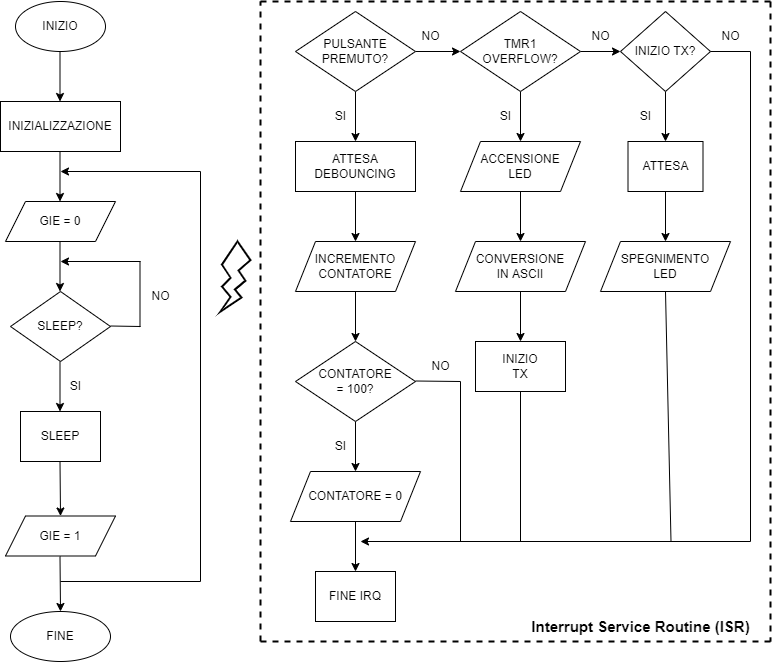
ingtommi/PIC16F887 keeps this draw.io diagram as Diagramma.png. Above is the earlier version. Source tidied: cells renumbered, new cells last; positions are measured from the earlier drawing's top-left corner, leaving out a move shared by most shapes. Its diagram source:
```xml
<mxGraphModel>
  <root>
    <mxCell id="0" />
    <mxCell id="1" parent="0" />
    <mxCell id="2" value="INIZIO" style="ellipse;whiteSpace=wrap;html=1;" parent="1" vertex="1">
      <mxGeometry x="15" width="90" height="50" as="geometry" />
    </mxCell>
    <mxCell id="3" value="INIZIALIZZAZIONE" style="rounded=0;whiteSpace=wrap;html=1;" parent="1" vertex="1">
      <mxGeometry y="100" width="120" height="50" as="geometry" />
    </mxCell>
    <mxCell id="4" value="GIE = 0" style="shape=parallelogram;perimeter=parallelogramPerimeter;whiteSpace=wrap;html=1;fixedSize=1;" parent="1" vertex="1">
      <mxGeometry x="5" y="200" width="110" height="40" as="geometry" />
    </mxCell>
    <mxCell id="5" value="SLEEP?" style="rhombus;whiteSpace=wrap;html=1;" parent="1" vertex="1">
      <mxGeometry x="10" y="290" width="100" height="70" as="geometry" />
    </mxCell>
    <mxCell id="6" value="SLEEP" style="rounded=0;whiteSpace=wrap;html=1;" parent="1" vertex="1">
      <mxGeometry x="20" y="410" width="80" height="50" as="geometry" />
    </mxCell>
    <mxCell id="7" value="GIE = 1" style="shape=parallelogram;perimeter=parallelogramPerimeter;whiteSpace=wrap;html=1;fixedSize=1;" parent="1" vertex="1">
      <mxGeometry x="5" y="514.5" width="110" height="40" as="geometry" />
    </mxCell>
    <mxCell id="8" value="FINE" style="ellipse;whiteSpace=wrap;html=1;" parent="1" vertex="1">
      <mxGeometry x="10" y="610" width="100" height="50" as="geometry" />
    </mxCell>
    <mxCell id="9" style="endArrow=classic;html=1;rounded=0;" parent="1" edge="1">
      <mxGeometry relative="1" as="geometry">
        <mxPoint x="59.5" y="50" as="sourcePoint" />
        <mxPoint x="59.5" y="100" as="targetPoint" />
      </mxGeometry>
    </mxCell>
    <mxCell id="10" style="endArrow=classic;html=1;rounded=0;" parent="1" edge="1">
      <mxGeometry relative="1" as="geometry">
        <mxPoint x="59.5" y="150" as="sourcePoint" />
        <mxPoint x="59.5" y="200" as="targetPoint" />
      </mxGeometry>
    </mxCell>
    <mxCell id="11" style="endArrow=classic;html=1;rounded=0;" parent="1" edge="1">
      <mxGeometry relative="1" as="geometry">
        <mxPoint x="59.5" y="240" as="sourcePoint" />
        <mxPoint x="59.5" y="290" as="targetPoint" />
      </mxGeometry>
    </mxCell>
    <mxCell id="12" style="endArrow=classic;html=1;rounded=0;" parent="1" edge="1">
      <mxGeometry relative="1" as="geometry">
        <mxPoint x="59.5" y="360" as="sourcePoint" />
        <mxPoint x="59.5" y="410" as="targetPoint" />
      </mxGeometry>
    </mxCell>
    <mxCell id="13" style="endArrow=classic;html=1;rounded=0;entryX=0.5;entryY=0;entryDx=0;entryDy=0;" parent="1" edge="1" target="7">
      <mxGeometry relative="1" as="geometry">
        <mxPoint x="59.5" y="460" as="sourcePoint" />
      </mxGeometry>
    </mxCell>
    <mxCell id="14" style="endArrow=classic;html=1;rounded=0;entryX=0.5;entryY=0;entryDx=0;entryDy=0;" parent="1" edge="1" target="8">
      <mxGeometry relative="1" as="geometry">
        <mxPoint x="59.5" y="555" as="sourcePoint" />
      </mxGeometry>
    </mxCell>
    <mxCell id="15" style="endArrow=none;html=1;rounded=0;" parent="1" edge="1">
      <mxGeometry relative="1" as="geometry">
        <mxPoint x="110" y="324.5" as="sourcePoint" />
        <mxPoint x="140" y="325" as="targetPoint" />
      </mxGeometry>
    </mxCell>
    <mxCell id="16" style="endArrow=none;html=1;rounded=0;" parent="1" edge="1">
      <mxGeometry relative="1" as="geometry">
        <mxPoint x="139.5" y="330" as="sourcePoint" />
        <mxPoint x="139.5" y="260" as="targetPoint" />
      </mxGeometry>
    </mxCell>
    <mxCell id="17" style="endArrow=classic;html=1;rounded=0;" parent="1" edge="1">
      <mxGeometry relative="1" as="geometry">
        <mxPoint x="140" y="260" as="sourcePoint" />
        <mxPoint x="60" y="260" as="targetPoint" />
      </mxGeometry>
    </mxCell>
    <mxCell id="18" value="SI" style="text;html=1;align=center;verticalAlign=middle;fillColor=none;strokeColor=none;rounded=0;" parent="1" vertex="1">
      <mxGeometry x="60" y="370" width="30" height="30" as="geometry" />
    </mxCell>
    <mxCell id="19" value="NO" style="text;html=1;align=center;verticalAlign=middle;fillColor=none;strokeColor=none;rounded=0;" parent="1" vertex="1">
      <mxGeometry x="140" y="280" width="40" height="30" as="geometry" />
    </mxCell>
    <mxCell id="20" style="endArrow=none;html=1;rounded=0;" parent="1" edge="1">
      <mxGeometry relative="1" as="geometry">
        <mxPoint x="60" y="580" as="sourcePoint" />
        <mxPoint x="200" y="580" as="targetPoint" />
      </mxGeometry>
    </mxCell>
    <mxCell id="21" style="endArrow=none;html=1;rounded=0;" parent="1" edge="1">
      <mxGeometry relative="1" as="geometry">
        <mxPoint x="200" y="580" as="sourcePoint" />
        <mxPoint x="200" y="170" as="targetPoint" />
      </mxGeometry>
    </mxCell>
    <mxCell id="22" style="endArrow=classic;html=1;rounded=0;" parent="1" edge="1">
      <mxGeometry relative="1" as="geometry">
        <mxPoint x="200" y="170" as="sourcePoint" />
        <mxPoint x="60" y="170" as="targetPoint" />
      </mxGeometry>
    </mxCell>
    <mxCell id="23" style="verticalLabelPosition=bottom;verticalAlign=top;html=1;shape=mxgraph.basic.flash;strokeWidth=2;" parent="1" vertex="1">
      <mxGeometry x="220" y="240" width="30" height="70" as="geometry" />
    </mxCell>
    <mxCell id="24" style="edgeStyle=orthogonalEdgeStyle;rounded=0;jettySize=auto;html=1;" parent="1" edge="1" source="26" target="28">
      <mxGeometry relative="1" as="geometry" />
    </mxCell>
    <mxCell id="25" style="edgeStyle=orthogonalEdgeStyle;rounded=0;jettySize=auto;html=1;" parent="1" edge="1" source="26" target="39">
      <mxGeometry relative="1" as="geometry" />
    </mxCell>
    <mxCell id="26" value="PULSANTE&lt;br&gt;PREMUTO?" style="rhombus;whiteSpace=wrap;html=1;" parent="1" vertex="1">
      <mxGeometry x="295" y="10" width="120" height="80" as="geometry" />
    </mxCell>
    <mxCell id="27" style="edgeStyle=orthogonalEdgeStyle;rounded=0;jettySize=auto;html=1;" parent="1" edge="1" source="28" target="30">
      <mxGeometry relative="1" as="geometry" />
    </mxCell>
    <mxCell id="28" value="ATTESA DEBOUNCING" style="rounded=0;whiteSpace=wrap;html=1;" parent="1" vertex="1">
      <mxGeometry x="295" y="140" width="120" height="50" as="geometry" />
    </mxCell>
    <mxCell id="29" style="edgeStyle=orthogonalEdgeStyle;rounded=0;jettySize=auto;html=1;" parent="1" edge="1" source="30" target="32">
      <mxGeometry relative="1" as="geometry" />
    </mxCell>
    <mxCell id="30" value="INCREMENTO&lt;br&gt;CONTATORE" style="shape=parallelogram;perimeter=parallelogramPerimeter;whiteSpace=wrap;html=1;fixedSize=1;" parent="1" vertex="1">
      <mxGeometry x="295" y="240" width="120" height="50" as="geometry" />
    </mxCell>
    <mxCell id="31" style="edgeStyle=orthogonalEdgeStyle;rounded=0;jettySize=auto;html=1;" parent="1" edge="1" source="32" target="34">
      <mxGeometry relative="1" as="geometry" />
    </mxCell>
    <mxCell id="32" value="CONTATORE&lt;br&gt;= 100?" style="rhombus;whiteSpace=wrap;html=1;" parent="1" vertex="1">
      <mxGeometry x="295" y="340" width="120" height="80" as="geometry" />
    </mxCell>
    <mxCell id="33" style="edgeStyle=orthogonalEdgeStyle;rounded=0;jettySize=auto;html=1;" parent="1" edge="1" source="34" target="49">
      <mxGeometry relative="1" as="geometry" />
    </mxCell>
    <mxCell id="34" value="CONTATORE = 0" style="shape=parallelogram;perimeter=parallelogramPerimeter;whiteSpace=wrap;html=1;fixedSize=1;" parent="1" vertex="1">
      <mxGeometry x="290" y="470" width="130" height="50" as="geometry" />
    </mxCell>
    <mxCell id="35" value="SI" style="text;html=1;align=center;verticalAlign=middle;fillColor=none;strokeColor=none;rounded=0;" parent="1" vertex="1">
      <mxGeometry x="325" y="100" width="30" height="30" as="geometry" />
    </mxCell>
    <mxCell id="36" value="SI" style="text;html=1;align=center;verticalAlign=middle;fillColor=none;strokeColor=none;rounded=0;" parent="1" vertex="1">
      <mxGeometry x="325" y="430" width="30" height="30" as="geometry" />
    </mxCell>
    <mxCell id="37" style="edgeStyle=orthogonalEdgeStyle;rounded=0;jettySize=auto;html=1;" parent="1" edge="1" source="39" target="41">
      <mxGeometry relative="1" as="geometry" />
    </mxCell>
    <mxCell id="38" style="edgeStyle=orthogonalEdgeStyle;rounded=0;jettySize=auto;html=1;" parent="1" edge="1" source="39" target="45">
      <mxGeometry relative="1" as="geometry" />
    </mxCell>
    <mxCell id="39" value="TMR1&lt;br&gt;OVERFLOW?" style="rhombus;whiteSpace=wrap;html=1;" parent="1" vertex="1">
      <mxGeometry x="460" y="10" width="120" height="80" as="geometry" />
    </mxCell>
    <mxCell id="40" style="edgeStyle=orthogonalEdgeStyle;rounded=0;jettySize=auto;html=1;" parent="1" edge="1" source="41" target="64">
      <mxGeometry relative="1" as="geometry" />
    </mxCell>
    <mxCell id="41" value="ACCENSIONE&lt;br&gt;LED" style="shape=parallelogram;perimeter=parallelogramPerimeter;whiteSpace=wrap;html=1;fixedSize=1;" parent="1" vertex="1">
      <mxGeometry x="460" y="140" width="120" height="50" as="geometry" />
    </mxCell>
    <mxCell id="42" value="SI" style="text;html=1;align=center;verticalAlign=middle;fillColor=none;strokeColor=none;rounded=0;" parent="1" vertex="1">
      <mxGeometry x="490" y="100" width="30" height="30" as="geometry" />
    </mxCell>
    <mxCell id="43" value="INIZIO&lt;br&gt;TX" style="rounded=0;whiteSpace=wrap;html=1;" parent="1" vertex="1">
      <mxGeometry x="475" y="340" width="90" height="50" as="geometry" />
    </mxCell>
    <mxCell id="44" style="edgeStyle=orthogonalEdgeStyle;rounded=0;jettySize=auto;html=1;" parent="1" edge="1" source="45" target="67">
      <mxGeometry relative="1" as="geometry" />
    </mxCell>
    <mxCell id="45" value="INIZIO TX?" style="rhombus;whiteSpace=wrap;html=1;" parent="1" vertex="1">
      <mxGeometry x="620" y="10" width="90" height="80" as="geometry" />
    </mxCell>
    <mxCell id="46" value="NO" style="text;html=1;align=center;verticalAlign=middle;fillColor=none;strokeColor=none;rounded=0;" parent="1" vertex="1">
      <mxGeometry x="410" y="20" width="40" height="30" as="geometry" />
    </mxCell>
    <mxCell id="47" value="NO" style="text;html=1;align=center;verticalAlign=middle;fillColor=none;strokeColor=none;rounded=0;" parent="1" vertex="1">
      <mxGeometry x="580" y="20" width="40" height="30" as="geometry" />
    </mxCell>
    <mxCell id="48" value="SPEGNIMENTO&lt;br&gt;LED" style="shape=parallelogram;perimeter=parallelogramPerimeter;whiteSpace=wrap;html=1;fixedSize=1;" parent="1" vertex="1">
      <mxGeometry x="600" y="240" width="130" height="50" as="geometry" />
    </mxCell>
    <mxCell id="49" value="FINE IRQ" style="rounded=0;whiteSpace=wrap;html=1;" parent="1" vertex="1">
      <mxGeometry x="315" y="570" width="80" height="50" as="geometry" />
    </mxCell>
    <mxCell id="50" style="endArrow=none;html=1;rounded=0;entryX=0.5;entryY=1;entryDx=0;entryDy=0;" parent="1" edge="1" target="43">
      <mxGeometry relative="1" as="geometry">
        <mxPoint x="520" y="540" as="sourcePoint" />
      </mxGeometry>
    </mxCell>
    <mxCell id="51" style="endArrow=none;html=1;rounded=0;entryX=0.5;entryY=1;entryDx=0;entryDy=0;" parent="1" edge="1" target="48">
      <mxGeometry relative="1" as="geometry">
        <mxPoint x="670.5" y="540" as="sourcePoint" />
      </mxGeometry>
    </mxCell>
    <mxCell id="52" style="endArrow=classic;html=1;rounded=0;" parent="1" edge="1">
      <mxGeometry relative="1" as="geometry">
        <mxPoint x="750" y="540" as="sourcePoint" />
        <mxPoint x="360" y="540" as="targetPoint" />
      </mxGeometry>
    </mxCell>
    <mxCell id="53" style="endArrow=none;html=1;rounded=0;entryX=1;entryY=1;entryDx=0;entryDy=0;entryPerimeter=0;" parent="1" edge="1" target="55">
      <mxGeometry relative="1" as="geometry">
        <mxPoint x="415" y="379.5" as="sourcePoint" />
      </mxGeometry>
    </mxCell>
    <mxCell id="54" style="endArrow=none;html=1;rounded=0;" parent="1" edge="1">
      <mxGeometry relative="1" as="geometry">
        <mxPoint x="460" y="540" as="sourcePoint" />
        <mxPoint x="460" y="380" as="targetPoint" />
      </mxGeometry>
    </mxCell>
    <mxCell id="55" value="NO" style="text;html=1;align=center;verticalAlign=middle;points=[];fillColor=none;strokeColor=none;rounded=0;" parent="1" vertex="1">
      <mxGeometry x="420" y="350" width="40" height="30" as="geometry" />
    </mxCell>
    <mxCell id="56" style="endArrow=none;dashed=1;html=1;rounded=0;strokeWidth=2;" parent="1" edge="1">
      <mxGeometry relative="1" as="geometry">
        <mxPoint x="770" as="sourcePoint" />
        <mxPoint x="770" y="640" as="targetPoint" />
      </mxGeometry>
    </mxCell>
    <mxCell id="57" style="endArrow=none;dashed=1;html=1;rounded=0;strokeWidth=2;" parent="1" edge="1">
      <mxGeometry relative="1" as="geometry">
        <mxPoint x="770" as="sourcePoint" />
        <mxPoint x="260" as="targetPoint" />
      </mxGeometry>
    </mxCell>
    <mxCell id="58" style="endArrow=none;dashed=1;html=1;rounded=0;strokeWidth=2;" parent="1" edge="1">
      <mxGeometry relative="1" as="geometry">
        <mxPoint x="260" y="640" as="sourcePoint" />
        <mxPoint x="770" y="640" as="targetPoint" />
      </mxGeometry>
    </mxCell>
    <mxCell id="59" style="endArrow=none;dashed=1;html=1;rounded=0;strokeWidth=2;" parent="1" edge="1">
      <mxGeometry relative="1" as="geometry">
        <mxPoint x="260" y="640" as="sourcePoint" />
        <mxPoint x="260" as="targetPoint" />
      </mxGeometry>
    </mxCell>
    <mxCell id="60" style="endArrow=none;html=1;rounded=0;exitX=1;exitY=0.5;exitDx=0;exitDy=0;" parent="1" edge="1" source="45">
      <mxGeometry relative="1" as="geometry">
        <mxPoint x="750" y="50" as="targetPoint" />
      </mxGeometry>
    </mxCell>
    <mxCell id="61" style="endArrow=none;html=1;rounded=0;" parent="1" edge="1">
      <mxGeometry relative="1" as="geometry">
        <mxPoint x="750" y="540" as="sourcePoint" />
        <mxPoint x="750" y="50" as="targetPoint" />
      </mxGeometry>
    </mxCell>
    <mxCell id="62" value="NO" style="text;html=1;align=center;verticalAlign=middle;fillColor=none;strokeColor=none;rounded=0;" parent="1" vertex="1">
      <mxGeometry x="710" y="20" width="40" height="30" as="geometry" />
    </mxCell>
    <mxCell id="63" style="edgeStyle=orthogonalEdgeStyle;rounded=0;jettySize=auto;html=1;" parent="1" edge="1" source="64" target="43">
      <mxGeometry relative="1" as="geometry" />
    </mxCell>
    <mxCell id="64" value="CONVERSIONE&lt;br&gt;IN ASCII" style="shape=parallelogram;perimeter=parallelogramPerimeter;whiteSpace=wrap;html=1;fixedSize=1;" parent="1" vertex="1">
      <mxGeometry x="455" y="240" width="130" height="50" as="geometry" />
    </mxCell>
    <mxCell id="65" value="Interrupt Service Routine (ISR)" style="text;html=1;align=center;verticalAlign=middle;fillColor=none;strokeColor=none;rounded=0;strokeWidth=1;fontSize=15;fontStyle=1;" parent="1" vertex="1">
      <mxGeometry x="520" y="610" width="240" height="30" as="geometry" />
    </mxCell>
    <mxCell id="66" style="edgeStyle=orthogonalEdgeStyle;rounded=0;jettySize=auto;html=1;" parent="1" edge="1" source="67" target="48">
      <mxGeometry relative="1" as="geometry" />
    </mxCell>
    <mxCell id="67" value="ATTESA" style="rounded=0;whiteSpace=wrap;html=1;" parent="1" vertex="1">
      <mxGeometry x="627.5" y="140" width="75" height="50" as="geometry" />
    </mxCell>
    <mxCell id="68" value="SI" style="text;html=1;align=center;verticalAlign=middle;fillColor=none;strokeColor=none;rounded=0;" parent="1" vertex="1">
      <mxGeometry x="630" y="100" width="30" height="30" as="geometry" />
    </mxCell>
  </root>
</mxGraphModel>
```
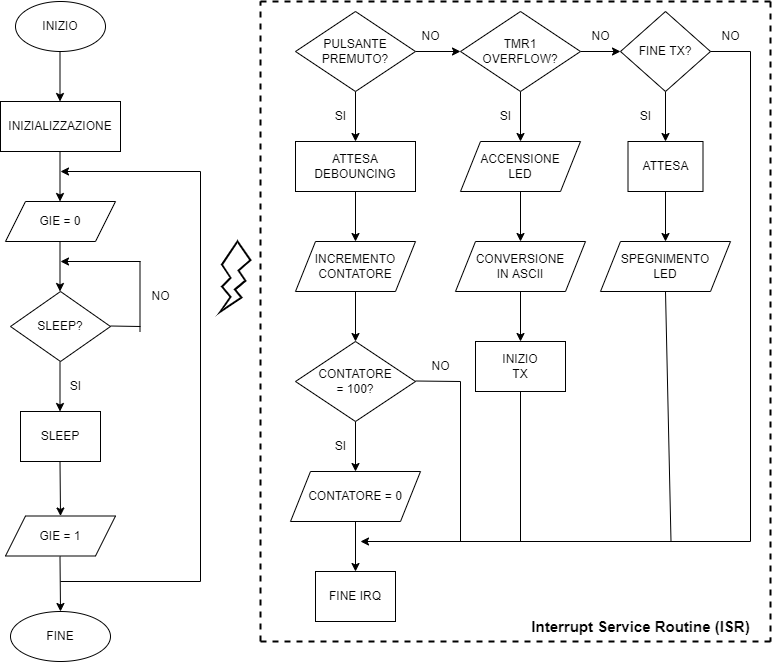
After the change.

What changed in the source:
```diff
@@ -165,7 +165,7 @@
     <mxCell id="44" style="edgeStyle=orthogonalEdgeStyle;rounded=0;jettySize=auto;html=1;" parent="1" edge="1" source="45" target="67">
       <mxGeometry relative="1" as="geometry" />
     </mxCell>
-    <mxCell id="45" value="INIZIO TX?" style="rhombus;whiteSpace=wrap;html=1;" parent="1" vertex="1">
+    <mxCell id="45" value="FINE TX?" style="rhombus;whiteSpace=wrap;html=1;" parent="1" vertex="1">
       <mxGeometry x="620" y="10" width="90" height="80" as="geometry" />
     </mxCell>
     <mxCell id="46" value="NO" style="text;html=1;align=center;verticalAlign=middle;fillColor=none;strokeColor=none;rounded=0;" parent="1" vertex="1">
```
